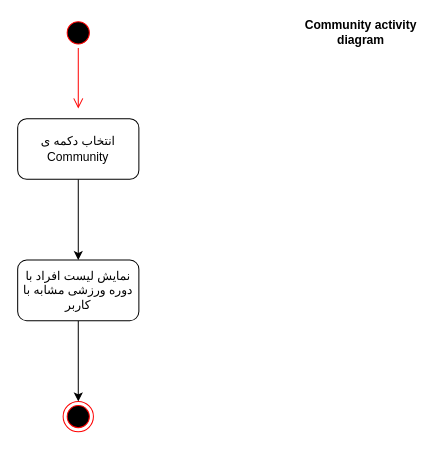
Above: Docs./ActivityDiagram-Community.drawio in ShadiMe-flutter/Workout (draw.io), before the change. Source tidied: cells renumbered, new cells numbered last; positions are measured from the earlier drawing's top-left corner, leaving out a move shared by most shapes. Both pictures are drawn from the tidied source at 101%, with x=0, y=0 at pixel (17, 17).
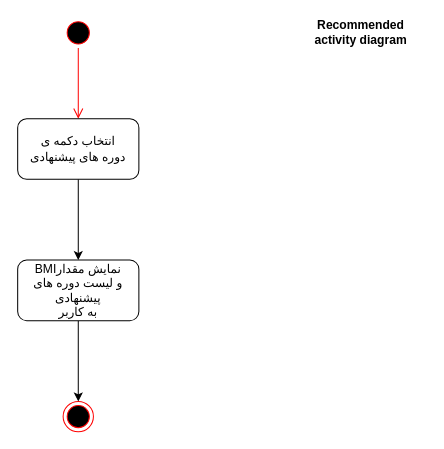
The same diagram, later.

The edit, as a diff of the source:
```diff
@@
 <mxGraphModel>
   <root>
     <mxCell id="0" />
     <mxCell id="1" parent="0" />
     <mxCell id="2" style="ellipse;html=1;shape=startState;fillColor=#000000;strokeColor=#ff0000;" parent="1" vertex="1">
       <mxGeometry x="45" width="30" height="30" as="geometry" />
     </mxCell>
-    <mxCell id="3" style="edgeStyle=orthogonalEdgeStyle;html=1;verticalAlign=bottom;endArrow=open;endSize=8;strokeColor=#ff0000;" parent="1" edge="1" source="2">
-      <mxGeometry relative="1" as="geometry">
-        <mxPoint x="60" y="90" as="targetPoint" />
-      </mxGeometry>
+    <mxCell id="3" style="edgeStyle=orthogonalEdgeStyle;html=1;verticalAlign=bottom;endArrow=open;endSize=8;strokeColor=#ff0000;entryX=0.5;entryY=0;entryDx=0;entryDy=0;" parent="1" edge="1" source="2" target="5">
+      <mxGeometry relative="1" as="geometry" />
     </mxCell>
     <mxCell id="4" style="edgeStyle=orthogonalEdgeStyle;rounded=0;jettySize=auto;html=1;" parent="1" edge="1" source="5" target="7">
       <mxGeometry relative="1" as="geometry" />
     </mxCell>
-    <mxCell id="5" value="&lt;div&gt;انتخاب دکمه ی &lt;br&gt;&lt;/div&gt;&lt;div&gt;Community &lt;br&gt;&lt;/div&gt;" style="rounded=1;whiteSpace=wrap;html=1;" parent="1" vertex="1">
+    <mxCell id="5" value="&lt;div&gt;انتخاب دکمه ی &lt;br&gt;&lt;/div&gt;&lt;div&gt;دوره های پیشنهادی&lt;br&gt;&lt;/div&gt;" style="rounded=1;whiteSpace=wrap;html=1;" parent="1" vertex="1">
       <mxGeometry y="100" width="120" height="60" as="geometry" />
     </mxCell>
     <mxCell id="6" style="edgeStyle=orthogonalEdgeStyle;rounded=0;jettySize=auto;html=1;entryX=0.5;entryY=0;entryDx=0;entryDy=0;" parent="1" edge="1" source="7" target="8">
       <mxGeometry relative="1" as="geometry" />
     </mxCell>
-    <mxCell id="7" value="نمایش لیست افراد با دوره ورزشی مشابه با کاربر " style="rounded=1;whiteSpace=wrap;html=1;" parent="1" vertex="1">
+    <mxCell id="7" value="BMIنمایش مقدار&lt;br&gt;و&amp;nbsp;لیست دوره های پیشنهادی&lt;br&gt;&amp;nbsp;به کاربر&amp;nbsp;" style="rounded=1;whiteSpace=wrap;html=1;" parent="1" vertex="1">
       <mxGeometry y="240" width="120" height="60" as="geometry" />
     </mxCell>
     <mxCell id="8" style="ellipse;html=1;shape=endState;fillColor=#000000;strokeColor=#ff0000;" parent="1" vertex="1">
       <mxGeometry x="45" y="380" width="30" height="30" as="geometry" />
     </mxCell>
-    <mxCell id="9" value="&lt;b&gt;Community activity diagram&lt;/b&gt;" style="text;html=1;strokeColor=none;fillColor=none;align=center;verticalAlign=middle;whiteSpace=wrap;rounded=0;" parent="1" vertex="1">
+    <mxCell id="9" value="&lt;b&gt;Recommended activity diagram&lt;/b&gt;" style="text;html=1;strokeColor=none;fillColor=none;align=center;verticalAlign=middle;whiteSpace=wrap;rounded=0;" parent="1" vertex="1">
       <mxGeometry x="275" y="10" width="130" height="10" as="geometry" />
     </mxCell>
   </root>
 </mxGraphModel>
```
